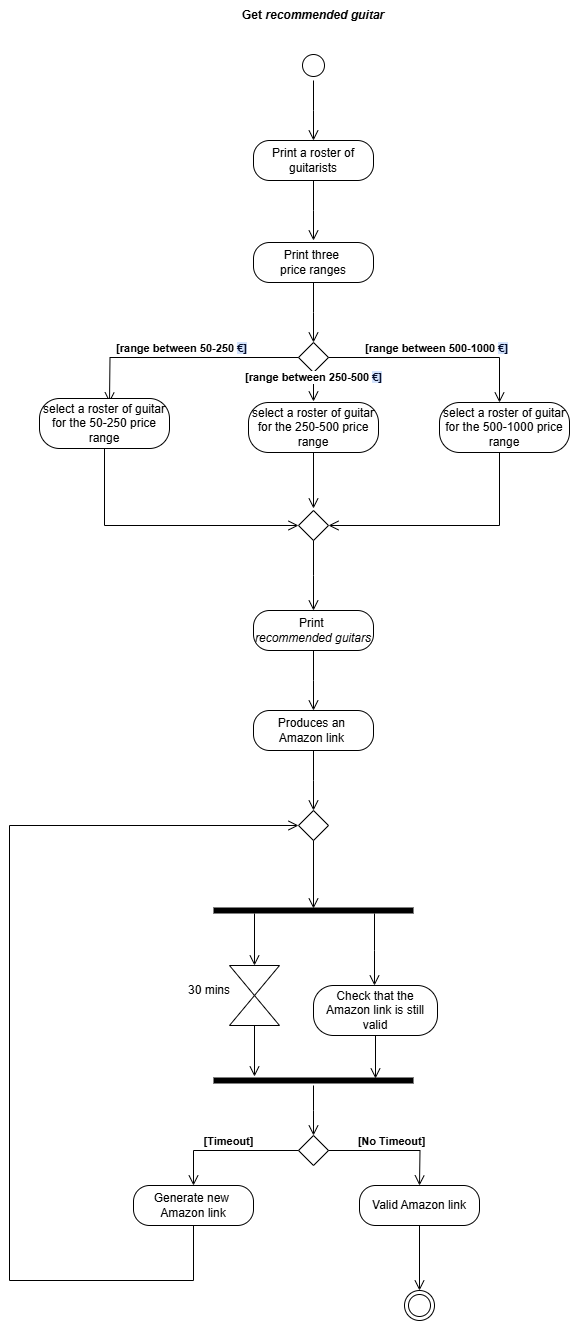
Before: ActivityDiagramM.drawio.png, a diagram exported from draw.io (TizianoLilli/ISPW-Project). Source tidied: cells renumbered, new cells last; positions are measured from the earlier drawing's top-left corner, leaving out a move shared by most shapes.
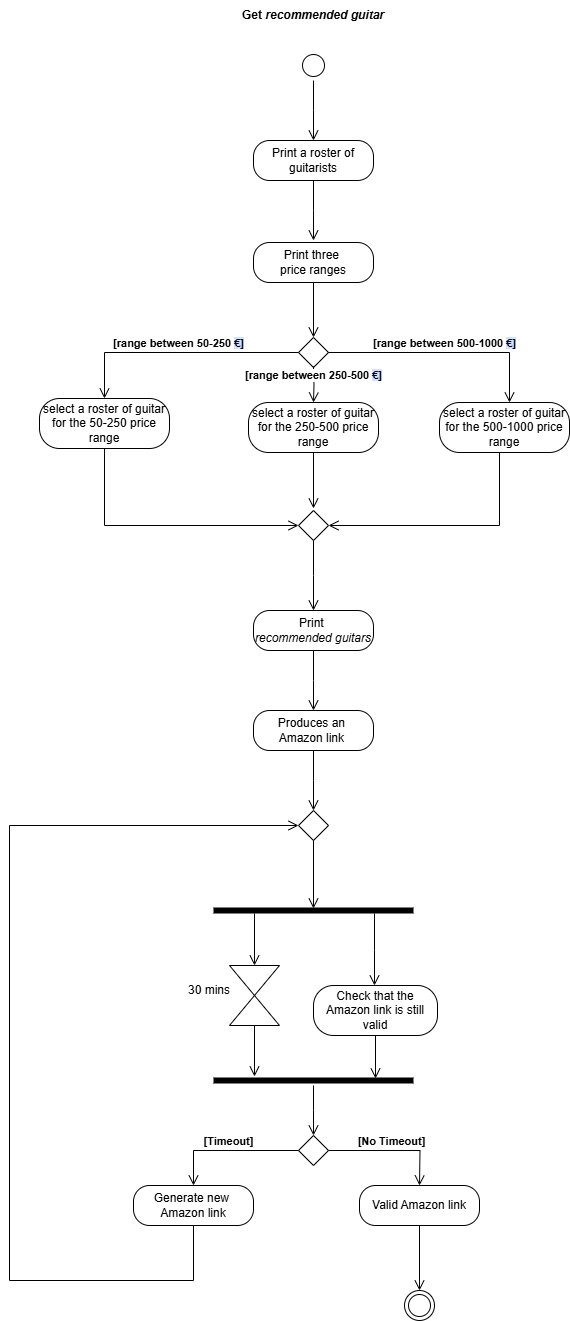
After the commit.

Change to the diagram source:
```diff
@@ -5,20 +5,18 @@
     <mxCell id="2" value="Print three&amp;nbsp;&lt;div&gt;price ranges&lt;/div&gt;" style="rounded=1;whiteSpace=wrap;html=1;arcSize=40;labelBackgroundColor=none;" parent="1" vertex="1">
       <mxGeometry x="244" y="242" width="120" height="40" as="geometry" />
     </mxCell>
-    <mxCell id="3" style="edgeStyle=orthogonalEdgeStyle;html=1;verticalAlign=bottom;endArrow=open;endSize=8;rounded=0;labelBackgroundColor=none;fontColor=default;" parent="1" edge="1" source="2">
+    <mxCell id="3" style="edgeStyle=orthogonalEdgeStyle;html=1;verticalAlign=bottom;endArrow=open;endSize=8;rounded=0;labelBackgroundColor=none;fontColor=default;exitX=0.5;exitY=1;exitDx=0;exitDy=0;" parent="1" edge="1" source="2">
       <mxGeometry relative="1" as="geometry">
-        <mxPoint x="304" y="342" as="targetPoint" />
+        <mxPoint x="304" y="337" as="targetPoint" />
       </mxGeometry>
     </mxCell>
     <mxCell id="4" style="rhombus;whiteSpace=wrap;html=1;labelBackgroundColor=none;" parent="1" vertex="1">
-      <mxGeometry x="289" y="342" width="30" height="30" as="geometry" />
+      <mxGeometry x="289" y="337" width="30" height="30" as="geometry" />
     </mxCell>
-    <mxCell id="5" value="&lt;b&gt;[range between 500-1000&amp;nbsp;&lt;span style=&quot;text-wrap-mode: wrap; background-image: linear-gradient(90deg, rgb(211, 227, 253) 50%, rgba(0, 0, 0, 0) 50%); background-position: 0% 0px; background-size: 200% 100%; background-repeat: no-repeat; background-attachment: initial; background-origin: initial; background-clip: initial; color: rgb(4, 12, 40); animation: 0.75s cubic-bezier(0.05, 0.7, 0.1, 1) 0.25s 1 normal forwards running highlight; text-align: left;&quot;&gt;€]&lt;/span&gt;&lt;/b&gt;" style="edgeStyle=orthogonalEdgeStyle;html=1;verticalAlign=bottom;endArrow=open;endSize=8;rounded=0;exitX=1;exitY=0.5;exitDx=0;exitDy=0;labelBackgroundColor=none;fontColor=default;" parent="1" edge="1" source="4">
+    <mxCell id="5" value="&lt;b&gt;[range between 500-1000&amp;nbsp;&lt;span style=&quot;text-wrap-mode: wrap; background-image: linear-gradient(90deg, rgb(211, 227, 253) 50%, rgba(0, 0, 0, 0) 50%); background-position: 0% 0px; background-size: 200% 100%; background-repeat: no-repeat; background-attachment: initial; background-origin: initial; background-clip: initial; color: rgb(4, 12, 40); animation: 0.75s cubic-bezier(0.05, 0.7, 0.1, 1) 0.25s 1 normal forwards running highlight; text-align: left;&quot;&gt;€]&lt;/span&gt;&lt;/b&gt;" style="edgeStyle=orthogonalEdgeStyle;html=1;verticalAlign=bottom;endArrow=open;endSize=8;rounded=0;exitX=1;exitY=0.5;exitDx=0;exitDy=0;labelBackgroundColor=none;fontColor=default;" parent="1" edge="1" source="4" target="13">
       <mxGeometry relative="1" as="geometry">
-        <mxPoint x="490" y="402" as="targetPoint" />
         <Array as="points">
-          <mxPoint x="490" y="357" />
-          <mxPoint x="490" y="402" />
+          <mxPoint x="500" y="352" />
         </Array>
       </mxGeometry>
     </mxCell>
@@ -30,10 +28,9 @@
         </Array>
       </mxGeometry>
     </mxCell>
-    <mxCell id="7" value="&lt;b&gt;[range between 250-500&amp;nbsp;&lt;span style=&quot;text-wrap-mode: wrap; background-image: linear-gradient(90deg, rgb(211, 227, 253) 50%, rgba(0, 0, 0, 0) 50%); background-position: 0% 0px; background-size: 200% 100%; background-repeat: no-repeat; background-attachment: initial; background-origin: initial; background-clip: initial; color: rgb(4, 12, 40); animation: 0.75s cubic-bezier(0.05, 0.7, 0.1, 1) 0.25s 1 normal forwards running highlight; text-align: left;&quot;&gt;€]&lt;/span&gt;&lt;/b&gt;" style="edgeStyle=orthogonalEdgeStyle;html=1;verticalAlign=bottom;endArrow=open;endSize=8;rounded=0;exitX=0.5;exitY=1;exitDx=0;exitDy=0;labelBackgroundColor=default;fontColor=default;" parent="1" edge="1">
+    <mxCell id="7" value="&lt;b&gt;[range between 250-500&amp;nbsp;&lt;span style=&quot;text-wrap-mode: wrap; background-image: linear-gradient(90deg, rgb(211, 227, 253) 50%, rgba(0, 0, 0, 0) 50%); background-position: 0% 0px; background-size: 200% 100%; background-repeat: no-repeat; background-attachment: initial; background-origin: initial; background-clip: initial; color: rgb(4, 12, 40); animation: 0.75s cubic-bezier(0.05, 0.7, 0.1, 1) 0.25s 1 normal forwards running highlight; text-align: left;&quot;&gt;€]&lt;/span&gt;&lt;/b&gt;" style="edgeStyle=orthogonalEdgeStyle;html=1;verticalAlign=bottom;endArrow=open;endSize=8;rounded=0;exitX=0.5;exitY=1;exitDx=0;exitDy=0;labelBackgroundColor=default;fontColor=default;entryX=0.5;entryY=0;entryDx=0;entryDy=0;" parent="1" edge="1" target="12">
       <mxGeometry relative="1" as="geometry">
-        <mxPoint x="304" y="371" as="sourcePoint" />
-        <mxPoint x="304" y="401" as="targetPoint" />
+        <mxPoint x="304" y="366" as="sourcePoint" />
       </mxGeometry>
     </mxCell>
     <mxCell id="8" style="edgeStyle=orthogonalEdgeStyle;html=1;verticalAlign=bottom;endArrow=open;endSize=8;rounded=0;labelBackgroundColor=none;fontColor=default;" parent="1" edge="1">
@@ -42,10 +39,8 @@
         <mxPoint x="304" y="508" as="targetPoint" />
       </mxGeometry>
     </mxCell>
-    <mxCell id="9" value="&lt;b&gt;[range between 50-250&amp;nbsp;&lt;span style=&quot;background-image: linear-gradient(90deg, rgb(211, 227, 253) 50%, rgba(0, 0, 0, 0) 50%); background-position: 0% 0px; background-size: 200% 100%; background-repeat: no-repeat; background-attachment: initial; background-origin: initial; background-clip: initial; color: rgb(4, 12, 40); animation: 0.75s cubic-bezier(0.05, 0.7, 0.1, 1) 0.25s 1 normal forwards running highlight; text-align: left; text-wrap-mode: wrap; background-color: rgb(255, 255, 255);&quot;&gt;&lt;font style=&quot;font-size: 11px;&quot;&gt;€]&lt;/font&gt;&lt;/span&gt;&lt;/b&gt;" style="edgeStyle=orthogonalEdgeStyle;html=1;verticalAlign=bottom;endArrow=open;endSize=8;rounded=0;exitX=0;exitY=0.5;exitDx=0;exitDy=0;labelBackgroundColor=none;fontColor=default;" parent="1" edge="1" source="4">
-      <mxGeometry relative="1" as="geometry">
-        <mxPoint x="100" y="402" as="targetPoint" />
-      </mxGeometry>
+    <mxCell id="9" value="&lt;b&gt;[range between 50-250&amp;nbsp;&lt;span style=&quot;background-image: linear-gradient(90deg, rgb(211, 227, 253) 50%, rgba(0, 0, 0, 0) 50%); background-position: 0% 0px; background-size: 200% 100%; background-repeat: no-repeat; background-attachment: initial; background-origin: initial; background-clip: initial; color: rgb(4, 12, 40); animation: 0.75s cubic-bezier(0.05, 0.7, 0.1, 1) 0.25s 1 normal forwards running highlight; text-align: left; text-wrap-mode: wrap; background-color: rgb(255, 255, 255);&quot;&gt;&lt;font style=&quot;font-size: 11px;&quot;&gt;€]&lt;/font&gt;&lt;/span&gt;&lt;/b&gt;" style="edgeStyle=orthogonalEdgeStyle;html=1;verticalAlign=bottom;endArrow=open;endSize=8;rounded=0;exitX=0;exitY=0.5;exitDx=0;exitDy=0;labelBackgroundColor=none;fontColor=default;entryX=0.5;entryY=0;entryDx=0;entryDy=0;" parent="1" edge="1" source="4" target="10">
+      <mxGeometry relative="1" as="geometry" />
     </mxCell>
     <mxCell id="10" value="select a roster of guitar for the 50-250 price range" style="rounded=1;whiteSpace=wrap;html=1;arcSize=40;labelBackgroundColor=none;" parent="1" vertex="1">
       <mxGeometry x="30" y="398" width="130" height="50" as="geometry" />
```
